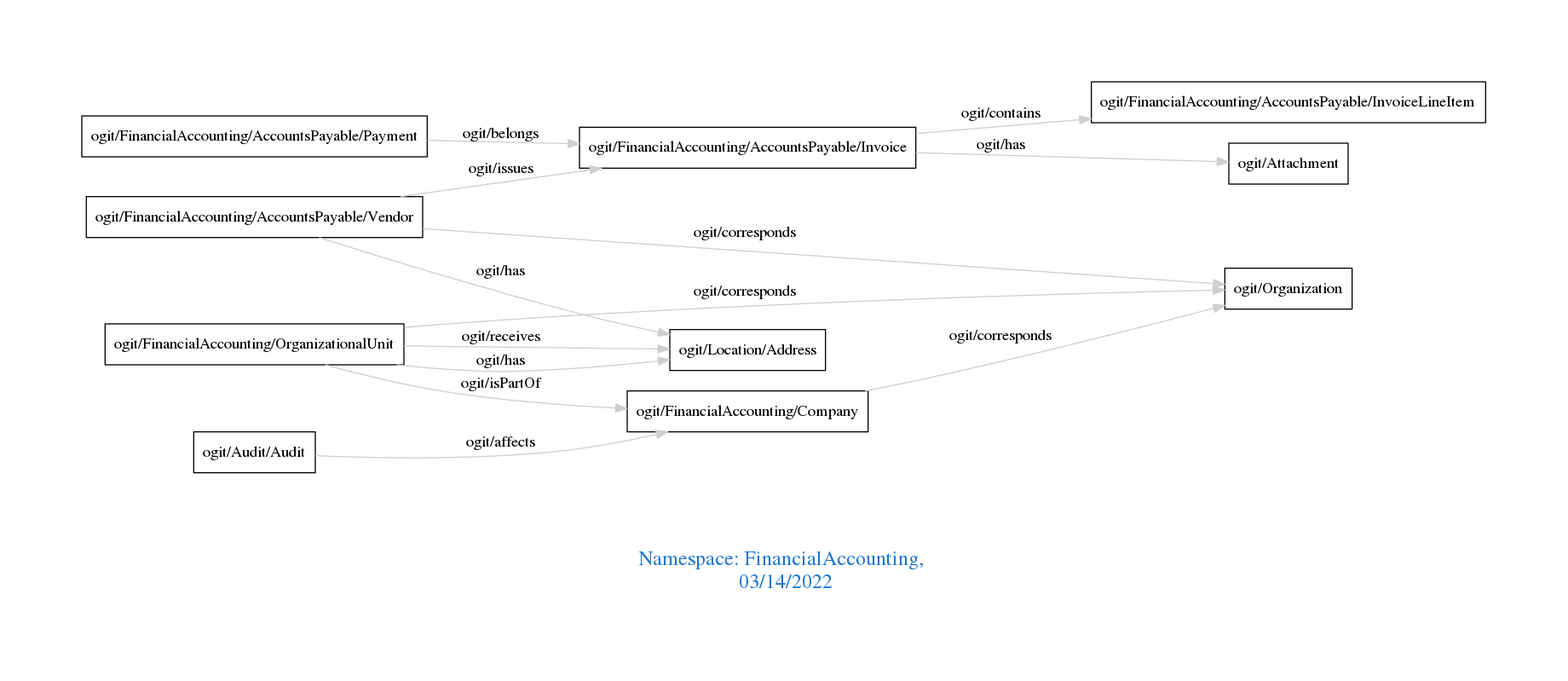
Before: downloads/FinancialAccounting.png, a diagram exported from Graphviz (arago/OGIT). Its source is kept beside it as downloads/FinancialAccounting.dot.
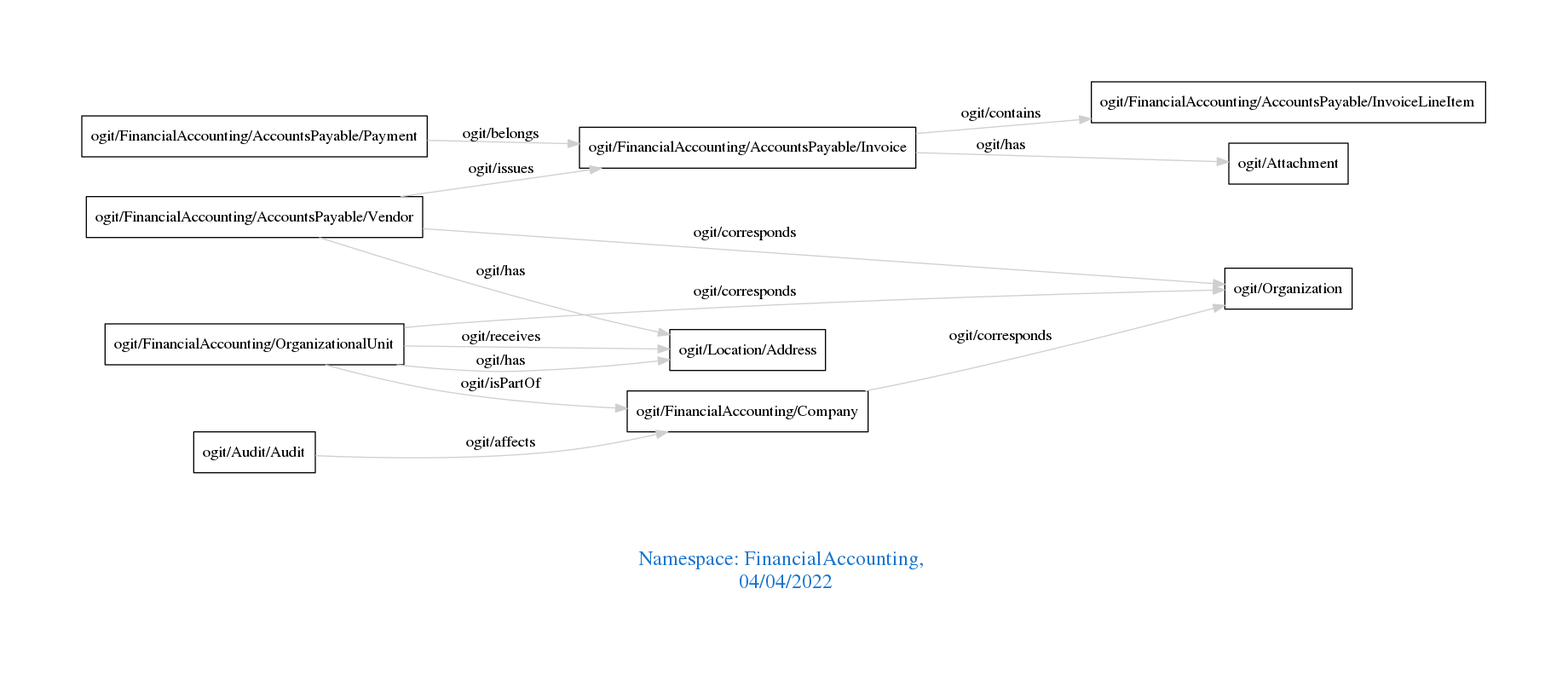
Above is the later version.

What changed in the source:
```diff
@@ -1,7 +1,7 @@
 digraph OGIT_ontology {
  graph [ rankdir= LR,pad=1
 fontsize = 18,
-fontcolor= dodgerblue3,label = "\n\n\nNamespace: FinancialAccounting, \n 03/14/2022"];
+fontcolor= dodgerblue3,label = "\n\n\nNamespace: FinancialAccounting, \n 04/04/2022"];
 node[shape=polygon];
 edge [  color="gray81"];
 
```
